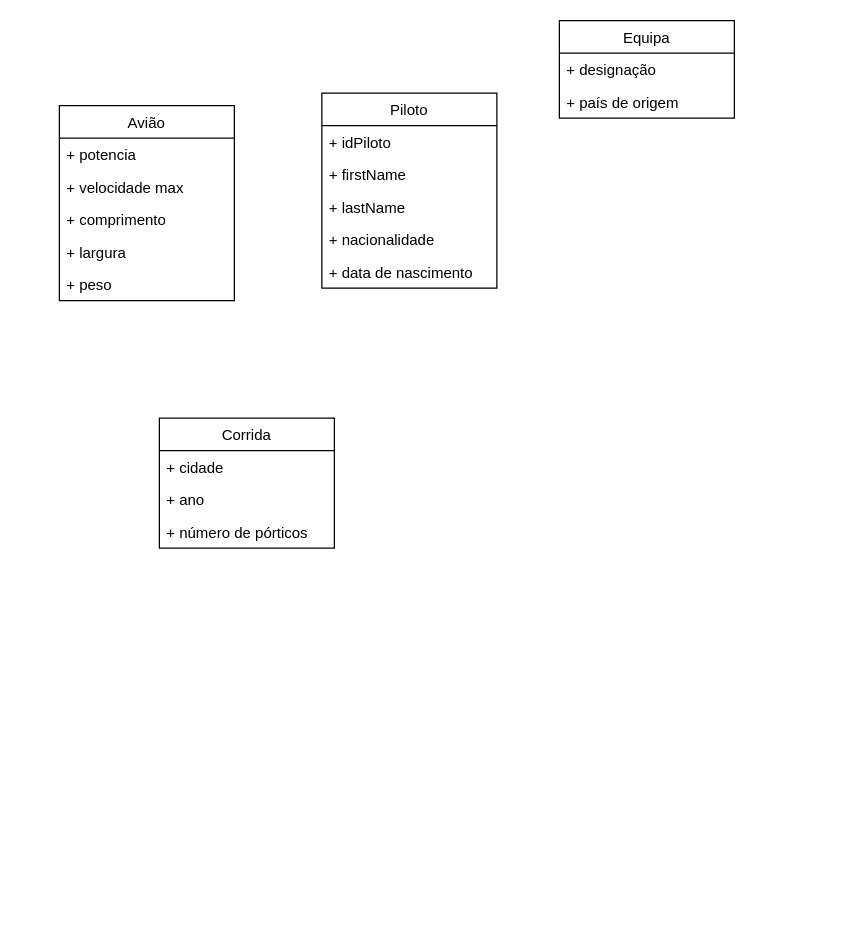
This is BDAD_TP1_9.drawio from Poodlers/BDAD, a draw.io file, before an edit. Source tidied: cells renumbered, new cells numbered last; positions are measured from the earlier drawing's top-left corner, leaving out a move shared by most shapes. Both pictures are drawn from the tidied source at 125%, with x=0, y=0 at pixel (59, 20).
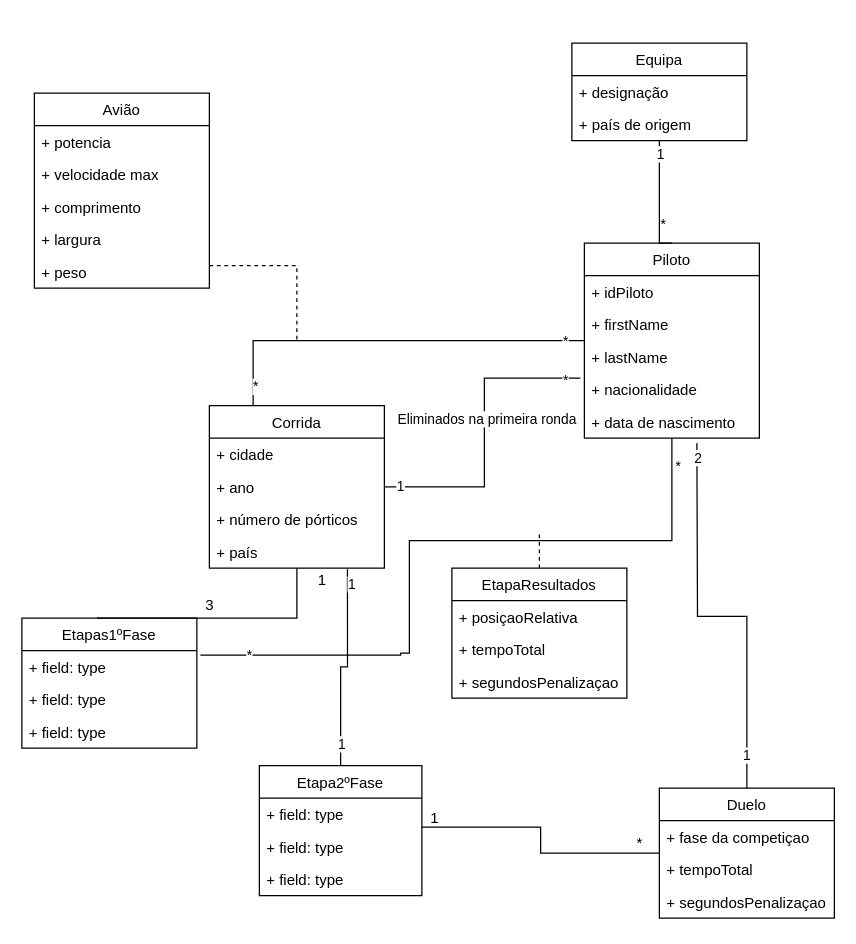
The same page after the edit.

Unchanged cells that the change refers to:
```xml
<mxCell id="6" value="+ nacionalidade" style="text;strokeColor=none;fillColor=none;align=left;verticalAlign=top;spacingLeft=4;spacingRight=4;overflow=hidden;points=[[0,0.5],[1,0.5]];portConstraint=eastwest;" parent="2" vertex="1">
  <mxGeometry y="104" width="140" height="26" as="geometry" />
</mxCell>
```

Change to the diagram source:
```diff
@@
+    <mxCell id="21" style="edgeStyle=orthogonalEdgeStyle;rounded=0;jettySize=auto;html=1;entryX=0.25;entryY=0;entryDx=0;entryDy=0;endArrow=none;endFill=0;" parent="1" edge="1" source="2" target="17">
+      <mxGeometry relative="1" as="geometry" />
+    </mxCell>
+    <mxCell id="22" value="*" style="edgeLabel;html=1;align=center;verticalAlign=middle;" parent="21" vertex="1">
+      <mxGeometry x="0.9" y="1" relative="1" as="geometry" />
+    </mxCell>
+    <mxCell id="23" value="*" style="edgeLabel;html=1;align=center;verticalAlign=middle;" parent="21" vertex="1">
+      <mxGeometry x="-0.9" relative="1" as="geometry" />
+    </mxCell>
+    <mxCell id="24" style="edgeStyle=orthogonalEdgeStyle;rounded=0;jettySize=auto;html=1;startArrow=none;startFill=0;endArrow=none;endFill=0;entryX=1.02;entryY=0.138;entryDx=0;entryDy=0;entryPerimeter=0;" parent="1" edge="1" source="2" target="38">
+      <mxGeometry relative="1" as="geometry">
+        <Array as="points">
+          <mxPoint x="490" y="416" />
+          <mxPoint x="280" y="416" />
+          <mxPoint x="280" y="506" />
+          <mxPoint x="273" y="506" />
+        </Array>
+      </mxGeometry>
+    </mxCell>
+    <mxCell id="25" value="*" style="edgeLabel;html=1;align=center;verticalAlign=middle;" parent="24" vertex="1">
+      <mxGeometry x="-0.92" y="4" relative="1" as="geometry" />
+    </mxCell>
+    <mxCell id="26" value="*" style="edgeLabel;html=1;align=center;verticalAlign=middle;" parent="24" vertex="1">
+      <mxGeometry x="0.86" relative="1" as="geometry" />
+    </mxCell>
     <mxCell id="2" value="Piloto" style="swimlane;fontStyle=0;horizontal=1;startSize=26;fillColor=none;" parent="1" vertex="1">
-      <mxGeometry x="210" y="58" width="140" height="156" as="geometry" />
+      <mxGeometry x="420" y="178" width="140" height="156" as="geometry" />
     </mxCell>
@@
+    <mxCell id="27" style="edgeStyle=orthogonalEdgeStyle;rounded=0;jettySize=auto;html=1;entryX=0.5;entryY=0;entryDx=0;entryDy=0;endArrow=none;endFill=0;" parent="1" edge="1" source="8" target="2">
+      <mxGeometry relative="1" as="geometry">
+        <Array as="points">
+          <mxPoint x="480" y="178" />
+        </Array>
+      </mxGeometry>
+    </mxCell>
+    <mxCell id="28" value="1" style="edgeLabel;html=1;align=center;verticalAlign=middle;" parent="27" vertex="1">
+      <mxGeometry x="-0.78" relative="1" as="geometry" />
+    </mxCell>
+    <mxCell id="29" value="*" style="edgeLabel;html=1;align=center;verticalAlign=middle;" parent="27" vertex="1">
+      <mxGeometry x="0.61" y="2" relative="1" as="geometry">
+        <mxPoint y="-8" as="offset" />
+      </mxGeometry>
+    </mxCell>
     <mxCell id="8" value="Equipa" style="swimlane;fontStyle=0;horizontal=1;startSize=26;fillColor=none;" parent="1" vertex="1">
-      <mxGeometry x="400" width="140" height="78" as="geometry" />
+      <mxGeometry x="410" y="18" width="140" height="78" as="geometry" />
     </mxCell>
@@
+    <mxCell id="30" style="edgeStyle=orthogonalEdgeStyle;rounded=0;jettySize=auto;html=1;dashed=1;endArrow=none;endFill=0;" parent="1" edge="1" source="11">
+      <mxGeometry relative="1" as="geometry">
+        <mxPoint x="190" y="258" as="targetPoint" />
+        <Array as="points">
+          <mxPoint x="190" y="196" />
+        </Array>
+      </mxGeometry>
+    </mxCell>
     <mxCell id="11" value="Avião" style="swimlane;fontStyle=0;horizontal=1;startSize=26;fillColor=none;" parent="1" vertex="1">
-      <mxGeometry y="68" width="140" height="156" as="geometry" />
+      <mxGeometry x="-20" y="58" width="140" height="156" as="geometry" />
     </mxCell>
@@
+    <mxCell id="31" style="edgeStyle=orthogonalEdgeStyle;rounded=0;jettySize=auto;html=1;endArrow=none;endFill=0;entryX=-0.023;entryY=0.154;entryDx=0;entryDy=0;entryPerimeter=0;" parent="1" edge="1" source="17" target="6">
+      <mxGeometry relative="1" as="geometry" />
+    </mxCell>
+    <mxCell id="32" value="Eliminados na primeira ronda" style="edgeLabel;html=1;align=center;verticalAlign=middle;" parent="31" vertex="1">
+      <mxGeometry x="0.2" y="-1" relative="1" as="geometry">
+        <mxPoint y="11" as="offset" />
+      </mxGeometry>
+    </mxCell>
+    <mxCell id="33" value="1" style="edgeLabel;html=1;align=center;verticalAlign=middle;" parent="31" vertex="1">
+      <mxGeometry x="-0.9" y="1" relative="1" as="geometry" />
+    </mxCell>
+    <mxCell id="34" value="*" style="edgeLabel;html=1;align=center;verticalAlign=middle;" parent="31" vertex="1">
+      <mxGeometry x="0.9" y="-1" relative="1" as="geometry" />
+    </mxCell>
+    <mxCell id="35" style="edgeStyle=orthogonalEdgeStyle;rounded=0;jettySize=auto;html=1;entryX=0.429;entryY=0;entryDx=0;entryDy=0;entryPerimeter=0;startArrow=none;startFill=0;endArrow=none;endFill=0;" parent="1" edge="1" source="17" target="37">
+      <mxGeometry relative="1" as="geometry">
+        <Array as="points">
+          <mxPoint x="190" y="448" />
+          <mxPoint x="190" y="448" />
+        </Array>
+      </mxGeometry>
+    </mxCell>
     <mxCell id="17" value="Corrida" style="swimlane;fontStyle=0;horizontal=1;startSize=26;fillColor=none;" parent="1" vertex="1">
-      <mxGeometry x="80" y="318" width="140" height="104" as="geometry" />
+      <mxGeometry x="120" y="308" width="140" height="130" as="geometry" />
     </mxCell>
@@
+    <mxCell id="36" value="+ país" style="text;strokeColor=none;fillColor=none;align=left;verticalAlign=top;spacingLeft=4;spacingRight=4;overflow=hidden;points=[[0,0.5],[1,0.5]];portConstraint=eastwest;" parent="17" vertex="1">
+      <mxGeometry y="104" width="140" height="26" as="geometry" />
+    </mxCell>
+    <mxCell id="37" value="Etapas1ºFase" style="swimlane;fontStyle=0;horizontal=1;startSize=26;fillColor=none;" parent="1" vertex="1">
+      <mxGeometry x="-30" y="478" width="140" height="104" as="geometry" />
+    </mxCell>
+    <mxCell id="38" value="+ field: type" style="text;strokeColor=none;fillColor=none;align=left;verticalAlign=top;spacingLeft=4;spacingRight=4;overflow=hidden;points=[[0,0.5],[1,0.5]];portConstraint=eastwest;" parent="37" vertex="1">
+      <mxGeometry y="26" width="140" height="26" as="geometry" />
+    </mxCell>
+    <mxCell id="39" value="+ field: type" style="text;strokeColor=none;fillColor=none;align=left;verticalAlign=top;spacingLeft=4;spacingRight=4;overflow=hidden;" parent="37" vertex="1">
+      <mxGeometry y="52" width="140" height="26" as="geometry" />
+    </mxCell>
+    <mxCell id="40" value="+ field: type" style="text;strokeColor=none;fillColor=none;align=left;verticalAlign=top;spacingLeft=4;spacingRight=4;overflow=hidden;" parent="37" vertex="1">
+      <mxGeometry y="78" width="140" height="26" as="geometry" />
+    </mxCell>
+    <mxCell id="41" style="edgeStyle=orthogonalEdgeStyle;rounded=0;jettySize=auto;html=1;startArrow=none;startFill=0;endArrow=none;endFill=0;dashed=1;" parent="1" edge="1" source="42">
+      <mxGeometry relative="1" as="geometry">
+        <mxPoint x="384" y="408" as="targetPoint" />
+        <Array as="points">
+          <mxPoint x="384" y="418" />
+        </Array>
+      </mxGeometry>
+    </mxCell>
+    <mxCell id="42" value="EtapaResultados" style="swimlane;fontStyle=0;horizontal=1;startSize=26;fillColor=none;" parent="1" vertex="1">
+      <mxGeometry x="314" y="438" width="140" height="104" as="geometry" />
+    </mxCell>
+    <mxCell id="43" value="+ posiçaoRelativa" style="text;strokeColor=none;fillColor=none;align=left;verticalAlign=top;spacingLeft=4;spacingRight=4;overflow=hidden;" parent="42" vertex="1">
+      <mxGeometry y="26" width="140" height="26" as="geometry" />
+    </mxCell>
+    <mxCell id="44" value="+ tempoTotal" style="text;strokeColor=none;fillColor=none;align=left;verticalAlign=top;spacingLeft=4;spacingRight=4;overflow=hidden;" parent="42" vertex="1">
+      <mxGeometry y="52" width="140" height="26" as="geometry" />
+    </mxCell>
+    <mxCell id="45" value="+ segundosPenalizaçao" style="text;strokeColor=none;fillColor=none;align=left;verticalAlign=top;spacingLeft=4;spacingRight=4;overflow=hidden;" parent="42" vertex="1">
+      <mxGeometry y="78" width="140" height="26" as="geometry" />
+    </mxCell>
+    <mxCell id="46" value="1" style="text;html=1;align=center;verticalAlign=middle;" parent="1" vertex="1">
+      <mxGeometry x="200" y="438" width="20" height="20" as="geometry" />
+    </mxCell>
+    <mxCell id="47" value="3" style="text;html=1;align=center;verticalAlign=middle;" parent="1" vertex="1">
+      <mxGeometry x="110" y="458" width="20" height="20" as="geometry" />
+    </mxCell>
+    <mxCell id="48" style="edgeStyle=orthogonalEdgeStyle;rounded=0;jettySize=auto;html=1;entryX=0.789;entryY=1.031;entryDx=0;entryDy=0;entryPerimeter=0;startArrow=none;startFill=0;endArrow=none;endFill=0;" parent="1" edge="1" source="51" target="36">
+      <mxGeometry relative="1" as="geometry" />
+    </mxCell>
+    <mxCell id="49" value="1" style="edgeLabel;html=1;align=center;verticalAlign=middle;" parent="48" vertex="1">
+      <mxGeometry x="0.86" y="-3" relative="1" as="geometry" />
+    </mxCell>
+    <mxCell id="50" value="1" style="edgeLabel;html=1;align=center;verticalAlign=middle;" parent="48" vertex="1">
+      <mxGeometry x="-0.78" relative="1" as="geometry" />
+    </mxCell>
+    <mxCell id="51" value="Etapa2ºFase" style="swimlane;fontStyle=0;horizontal=1;startSize=26;fillColor=none;" parent="1" vertex="1">
+      <mxGeometry x="160" y="596" width="130" height="104" as="geometry" />
+    </mxCell>
+    <mxCell id="52" value="+ field: type" style="text;strokeColor=none;fillColor=none;align=left;verticalAlign=top;spacingLeft=4;spacingRight=4;overflow=hidden;points=[[0,0.5],[1,0.5]];portConstraint=eastwest;" parent="51" vertex="1">
+      <mxGeometry y="26" width="130" height="26" as="geometry" />
+    </mxCell>
+    <mxCell id="53" value="+ field: type" style="text;strokeColor=none;fillColor=none;align=left;verticalAlign=top;spacingLeft=4;spacingRight=4;overflow=hidden;" parent="51" vertex="1">
+      <mxGeometry y="52" width="130" height="26" as="geometry" />
+    </mxCell>
+    <mxCell id="54" value="+ field: type" style="text;strokeColor=none;fillColor=none;align=left;verticalAlign=top;spacingLeft=4;spacingRight=4;overflow=hidden;" parent="51" vertex="1">
+      <mxGeometry y="78" width="130" height="26" as="geometry" />
+    </mxCell>
+    <mxCell id="55" style="edgeStyle=orthogonalEdgeStyle;rounded=0;jettySize=auto;html=1;entryX=1;entryY=0.892;entryDx=0;entryDy=0;entryPerimeter=0;startArrow=none;startFill=0;endArrow=none;endFill=0;" parent="1" edge="1" source="59" target="52">
+      <mxGeometry relative="1" as="geometry" />
+    </mxCell>
+    <mxCell id="56" style="edgeStyle=orthogonalEdgeStyle;rounded=0;jettySize=auto;html=1;startArrow=none;startFill=0;endArrow=none;endFill=0;" parent="1" edge="1" source="59">
+      <mxGeometry relative="1" as="geometry">
+        <mxPoint x="510" y="338" as="targetPoint" />
+      </mxGeometry>
+    </mxCell>
+    <mxCell id="57" value="1" style="edgeLabel;html=1;align=center;verticalAlign=middle;" parent="56" vertex="1">
+      <mxGeometry x="-0.83" y="1" relative="1" as="geometry" />
+    </mxCell>
+    <mxCell id="58" value="2" style="edgeLabel;html=1;align=center;verticalAlign=middle;" parent="56" vertex="1">
+      <mxGeometry x="0.93" relative="1" as="geometry" />
+    </mxCell>
+    <mxCell id="59" value="Duelo" style="swimlane;fontStyle=0;horizontal=1;startSize=26;fillColor=none;" parent="1" vertex="1">
+      <mxGeometry x="480" y="614" width="140" height="104" as="geometry" />
+    </mxCell>
+    <mxCell id="60" value="+ fase da competiçao" style="text;strokeColor=none;fillColor=none;align=left;verticalAlign=top;spacingLeft=4;spacingRight=4;overflow=hidden;" parent="59" vertex="1">
+      <mxGeometry y="26" width="140" height="26" as="geometry" />
+    </mxCell>
+    <mxCell id="61" value="+ tempoTotal" style="text;strokeColor=none;fillColor=none;align=left;verticalAlign=top;spacingLeft=4;spacingRight=4;overflow=hidden;" parent="59" vertex="1">
+      <mxGeometry y="52" width="140" height="26" as="geometry" />
+    </mxCell>
+    <mxCell id="62" value="+ segundosPenalizaçao" style="text;strokeColor=none;fillColor=none;align=left;verticalAlign=top;spacingLeft=4;spacingRight=4;overflow=hidden;" parent="59" vertex="1">
+      <mxGeometry y="78" width="140" height="26" as="geometry" />
+    </mxCell>
+    <mxCell id="63" value="1" style="text;html=1;align=center;verticalAlign=middle;" parent="1" vertex="1">
+      <mxGeometry x="290" y="628" width="20" height="20" as="geometry" />
+    </mxCell>
+    <mxCell id="64" value="*" style="text;html=1;align=center;verticalAlign=middle;" parent="1" vertex="1">
+      <mxGeometry x="454" y="648" width="20" height="20" as="geometry" />
+    </mxCell>
```
